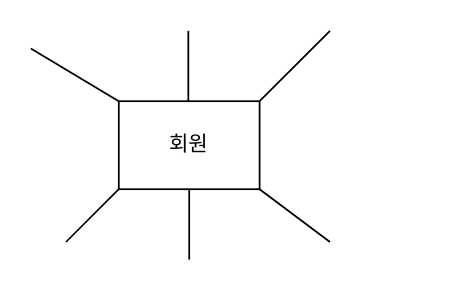
Before: Untitled Diagram.drawio in zooragi/bitcamp-team5, a draw.io diagram. Source tidied: cells renumbered, new cells numbered last; positions are measured from the earlier drawing's top-left corner, leaving out a move shared by most shapes. Both pictures are drawn from the tidied source at 176%, with x=0, y=0 at pixel (30, 30).
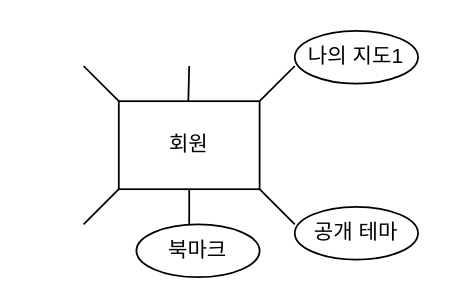
After the change.

The edit, as a diff of the source:
```diff
@@
 <mxGraphModel>
   <root>
     <mxCell id="0" />
     <mxCell id="1" parent="0" />
     <mxCell id="2" value="회원" style="rounded=0;whiteSpace=wrap;html=1;" parent="1" vertex="1">
       <mxGeometry x="50" y="40" width="80" height="50" as="geometry" />
     </mxCell>
     <mxCell id="3" style="endArrow=none;html=1;" parent="1" edge="1">
       <mxGeometry relative="1" as="geometry">
-        <mxPoint x="20" y="120" as="sourcePoint" />
+        <mxPoint x="30" y="110" as="sourcePoint" />
         <mxPoint x="50" y="90" as="targetPoint" />
       </mxGeometry>
     </mxCell>
     <mxCell id="4" style="endArrow=none;html=1;" parent="1" edge="1">
       <mxGeometry relative="1" as="geometry">
-        <mxPoint x="90" y="130" as="sourcePoint" />
+        <mxPoint x="90" y="120" as="sourcePoint" />
         <mxPoint x="90" y="90" as="targetPoint" />
       </mxGeometry>
     </mxCell>
     <mxCell id="5" style="endArrow=none;html=1;entryX=1;entryY=1;entryDx=0;entryDy=0;" parent="1" edge="1" target="2">
       <mxGeometry relative="1" as="geometry">
-        <mxPoint x="170" y="120" as="sourcePoint" />
+        <mxPoint x="150" y="110" as="sourcePoint" />
       </mxGeometry>
     </mxCell>
     <mxCell id="6" style="endArrow=none;html=1;" parent="1" edge="1">
       <mxGeometry relative="1" as="geometry">
         <mxPoint x="130" y="40" as="sourcePoint" />
-        <mxPoint x="170" as="targetPoint" />
+        <mxPoint x="150" y="20" as="targetPoint" />
       </mxGeometry>
     </mxCell>
     <mxCell id="7" style="endArrow=none;html=1;" parent="1" edge="1">
       <mxGeometry relative="1" as="geometry">
         <mxPoint x="50" y="40" as="sourcePoint" />
-        <mxPoint y="10" as="targetPoint" />
+        <mxPoint x="30" y="20" as="targetPoint" />
       </mxGeometry>
     </mxCell>
     <mxCell id="8" style="endArrow=none;html=1;" parent="1" edge="1">
       <mxGeometry relative="1" as="geometry">
         <mxPoint x="89.5" y="40" as="sourcePoint" />
-        <mxPoint x="89.5" as="targetPoint" />
+        <mxPoint x="90" y="20" as="targetPoint" />
       </mxGeometry>
     </mxCell>
+    <mxCell id="9" value="나의 지도1" style="ellipse;whiteSpace=wrap;html=1;" parent="1" vertex="1">
+      <mxGeometry x="150" width="70" height="30" as="geometry" />
+    </mxCell>
+    <mxCell id="10" value="공개 테마" style="ellipse;whiteSpace=wrap;html=1;" parent="1" vertex="1">
+      <mxGeometry x="150" y="100" width="70" height="30" as="geometry" />
+    </mxCell>
+    <mxCell id="11" value="북마크" style="ellipse;whiteSpace=wrap;html=1;" parent="1" vertex="1">
+      <mxGeometry x="60" y="110" width="70" height="30" as="geometry" />
+    </mxCell>
   </root>
 </mxGraphModel>
```
